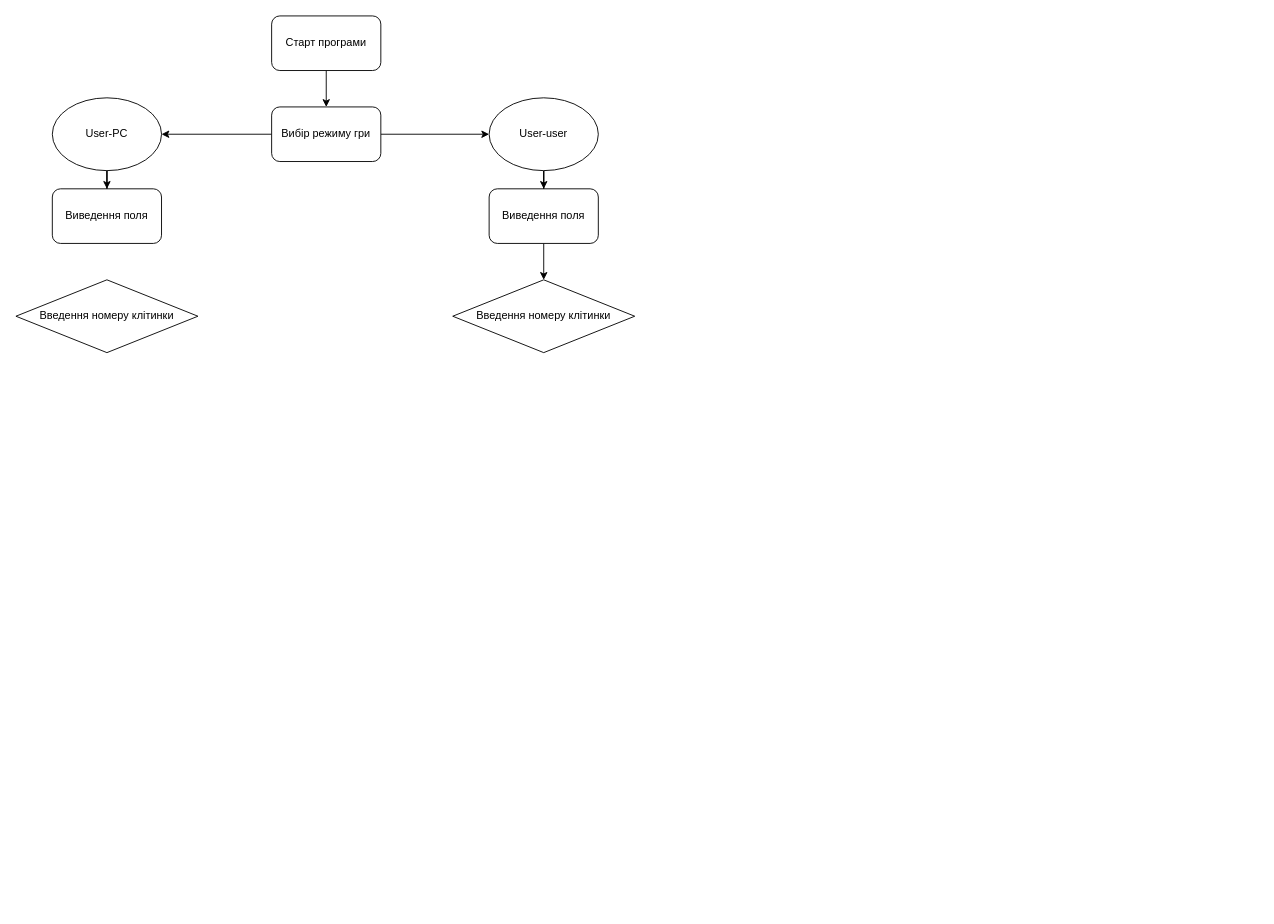
The draw.io diagram Діаграма без назви.drawio in SombreEm/alpha, before the edit. Source tidied: cells renumbered, new cells numbered last; positions are measured from the earlier drawing's top-left corner, leaving out a move shared by most shapes. Both pictures are drawn from the tidied source at 91%, with x=0, y=0 at pixel (15, 15).
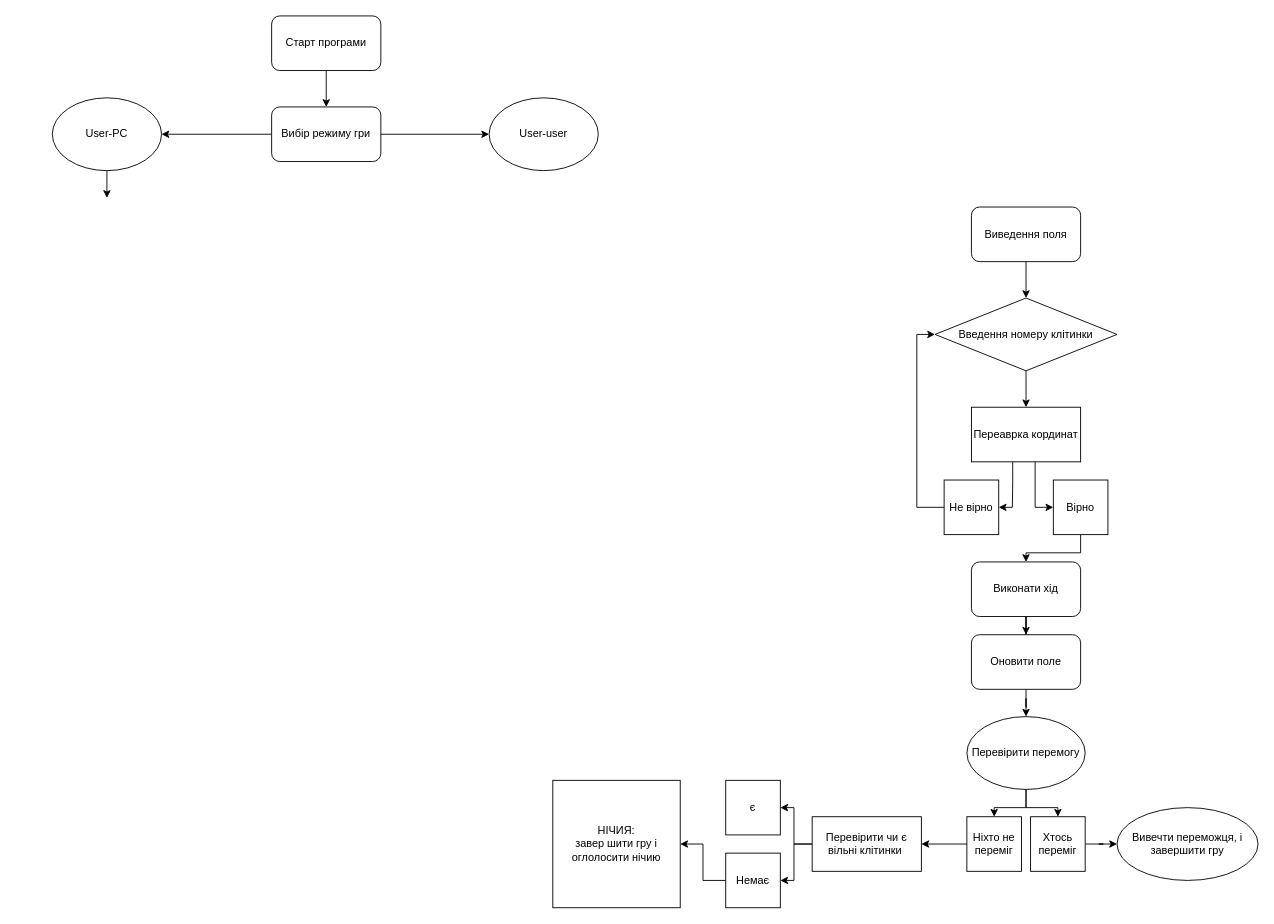
The same page after the edit.

Unchanged cells that the change refers to:
```xml
<mxCell id="11" value="User-PC&lt;span id=&quot;docs-internal-guid-ddc45cb4-7fff-b80d-b5cc-657cc404f076&quot;&gt;&lt;/span&gt;&lt;span id=&quot;docs-internal-guid-ddc45cb4-7fff-b80d-b5cc-657cc404f076&quot;&gt;&lt;/span&gt;" style="ellipse;whiteSpace=wrap;html=1;" parent="1" vertex="1">
  <mxGeometry x="40" y="90" width="120" height="80" as="geometry" />
</mxCell>
<mxCell id="13" value="User-user&lt;span id=&quot;docs-internal-guid-ddc45cb4-7fff-b80d-b5cc-657cc404f076&quot;&gt;&lt;/span&gt;" style="ellipse;whiteSpace=wrap;html=1;" parent="1" vertex="1">
  <mxGeometry x="520" y="90" width="120" height="80" as="geometry" />
</mxCell>
```

What changed in the source:
```diff
@@
-    <mxCell id="4" style="edgeStyle=orthogonalEdgeStyle;rounded=0;jettySize=auto;html=1;entryX=0.5;entryY=0;entryDx=0;entryDy=0;" parent="1" edge="1" source="5" target="14">
-      <mxGeometry relative="1" as="geometry" />
+    <mxCell id="4" style="edgeStyle=orthogonalEdgeStyle;rounded=0;jettySize=auto;html=1;entryX=0.5;entryY=0;entryDx=0;entryDy=0;" parent="1" edge="1" source="5">
+      <mxGeometry relative="1" as="geometry">
+        <mxPoint x="1110" y="310" as="targetPoint" />
+      </mxGeometry>
     </mxCell>
     <mxCell id="5" value="Виведення поля" style="rounded=1;whiteSpace=wrap;html=1;" parent="1" vertex="1">
-      <mxGeometry x="520" y="190" width="120" height="60" as="geometry" />
+      <mxGeometry x="1050" y="210" width="120" height="60" as="geometry" />
     </mxCell>
@@
-    <mxCell id="9" value="Виведення поля" style="rounded=1;whiteSpace=wrap;html=1;" parent="1" vertex="1">
-      <mxGeometry x="40" y="190" width="120" height="60" as="geometry" />
-    </mxCell>
-    <mxCell id="10" style="edgeStyle=orthogonalEdgeStyle;rounded=0;jettySize=auto;html=1;" parent="1" edge="1" source="11" target="9">
-      <mxGeometry relative="1" as="geometry" />
+    <mxCell id="10" style="edgeStyle=orthogonalEdgeStyle;rounded=0;jettySize=auto;html=1;" parent="1" edge="1" source="11">
+      <mxGeometry relative="1" as="geometry">
+        <mxPoint x="100" y="200" as="targetPoint" />
+      </mxGeometry>
     </mxCell>
@@
-    <mxCell id="12" style="edgeStyle=orthogonalEdgeStyle;rounded=0;jettySize=auto;html=1;" parent="1" edge="1" source="13" target="5">
-      <mxGeometry relative="1" as="geometry" />
-    </mxCell>
@@
-    <mxCell id="14" value="Введення номеру клітинки" style="rhombus;whiteSpace=wrap;html=1;" parent="1" vertex="1">
-      <mxGeometry x="480" y="290" width="200" height="80" as="geometry" />
-    </mxCell>
-    <mxCell id="15" value="Введення номеру клітинки" style="rhombus;whiteSpace=wrap;html=1;" parent="1" vertex="1">
-      <mxGeometry y="290" width="200" height="80" as="geometry" />
-    </mxCell>
+    <mxCell id="16" value="Введення номеру клітинки" style="rhombus;whiteSpace=wrap;html=1;" parent="1" vertex="1">
+      <mxGeometry x="1010" y="310" width="200" height="80" as="geometry" />
+    </mxCell>
+    <mxCell id="17" style="edgeStyle=orthogonalEdgeStyle;rounded=0;jettySize=auto;html=1;" parent="1" edge="1" source="16" target="20">
+      <mxGeometry relative="1" as="geometry" />
+    </mxCell>
+    <mxCell id="18" style="edgeStyle=orthogonalEdgeStyle;rounded=0;jettySize=auto;html=1;entryX=1;entryY=0.5;entryDx=0;entryDy=0;exitX=0.378;exitY=1.004;exitDx=0;exitDy=0;exitPerimeter=0;" parent="1" edge="1" source="20" target="24">
+      <mxGeometry relative="1" as="geometry">
+        <Array as="points">
+          <mxPoint x="1095" y="510" />
+          <mxPoint x="1095" y="540" />
+        </Array>
+      </mxGeometry>
+    </mxCell>
+    <mxCell id="19" style="edgeStyle=orthogonalEdgeStyle;rounded=0;jettySize=auto;html=1;entryX=0;entryY=0.5;entryDx=0;entryDy=0;" parent="1" edge="1" source="20" target="22">
+      <mxGeometry relative="1" as="geometry">
+        <Array as="points">
+          <mxPoint x="1120" y="540" />
+        </Array>
+      </mxGeometry>
+    </mxCell>
+    <mxCell id="20" value="Переаврка кординат" style="rounded=0;whiteSpace=wrap;html=1;" parent="1" vertex="1">
+      <mxGeometry x="1050" y="430" width="120" height="60" as="geometry" />
+    </mxCell>
+    <mxCell id="21" style="edgeStyle=orthogonalEdgeStyle;rounded=0;jettySize=auto;html=1;entryX=0.5;entryY=0;entryDx=0;entryDy=0;" parent="1" edge="1" source="22" target="26">
+      <mxGeometry relative="1" as="geometry">
+        <Array as="points">
+          <mxPoint x="1170" y="590" />
+          <mxPoint x="1110" y="590" />
+        </Array>
+      </mxGeometry>
+    </mxCell>
+    <mxCell id="22" value="Вірно" style="rounded=0;whiteSpace=wrap;html=1;" parent="1" vertex="1">
+      <mxGeometry x="1140" y="510" width="60" height="60" as="geometry" />
+    </mxCell>
+    <mxCell id="23" style="edgeStyle=orthogonalEdgeStyle;rounded=0;jettySize=auto;html=1;entryX=0;entryY=0.5;entryDx=0;entryDy=0;" parent="1" edge="1" source="24" target="16">
+      <mxGeometry relative="1" as="geometry">
+        <Array as="points">
+          <mxPoint x="990" y="540" />
+          <mxPoint x="990" y="350" />
+        </Array>
+      </mxGeometry>
+    </mxCell>
+    <mxCell id="24" value="Не вірно" style="rounded=0;whiteSpace=wrap;html=1;" parent="1" vertex="1">
+      <mxGeometry x="1020" y="510" width="60" height="60" as="geometry" />
+    </mxCell>
+    <mxCell id="25" style="edgeStyle=orthogonalEdgeStyle;rounded=0;jettySize=auto;html=1;entryX=0.5;entryY=0;entryDx=0;entryDy=0;" parent="1" edge="1" source="26" target="28">
+      <mxGeometry relative="1" as="geometry" />
+    </mxCell>
+    <mxCell id="26" value="Виконати хід" style="rounded=1;whiteSpace=wrap;html=1;" parent="1" vertex="1">
+      <mxGeometry x="1050" y="600" width="120" height="60" as="geometry" />
+    </mxCell>
+    <mxCell id="27" style="edgeStyle=orthogonalEdgeStyle;rounded=0;jettySize=auto;html=1;" parent="1" edge="1" source="28" target="31">
+      <mxGeometry relative="1" as="geometry" />
+    </mxCell>
+    <mxCell id="28" value="Оновити поле" style="rounded=1;whiteSpace=wrap;html=1;" parent="1" vertex="1">
+      <mxGeometry x="1050" y="680" width="120" height="60" as="geometry" />
+    </mxCell>
+    <mxCell id="29" style="edgeStyle=orthogonalEdgeStyle;rounded=0;jettySize=auto;html=1;" parent="1" edge="1" source="31" target="35">
+      <mxGeometry relative="1" as="geometry" />
+    </mxCell>
+    <mxCell id="30" style="edgeStyle=orthogonalEdgeStyle;rounded=0;jettySize=auto;html=1;entryX=0.5;entryY=0;entryDx=0;entryDy=0;" parent="1" edge="1" source="31" target="33">
+      <mxGeometry relative="1" as="geometry" />
+    </mxCell>
+    <mxCell id="31" value="Перевірити перемогу" style="ellipse;whiteSpace=wrap;html=1;rounded=1;" parent="1" vertex="1">
+      <mxGeometry x="1045" y="770" width="130" height="80" as="geometry" />
+    </mxCell>
+    <mxCell id="32" style="edgeStyle=orthogonalEdgeStyle;rounded=0;jettySize=auto;html=1;" parent="1" edge="1" source="33" target="36">
+      <mxGeometry relative="1" as="geometry" />
+    </mxCell>
+    <mxCell id="33" value="Хтось переміг" style="rounded=0;whiteSpace=wrap;html=1;" parent="1" vertex="1">
+      <mxGeometry x="1115" y="880" width="60" height="60" as="geometry" />
+    </mxCell>
+    <mxCell id="34" style="edgeStyle=orthogonalEdgeStyle;rounded=0;jettySize=auto;html=1;" parent="1" edge="1" source="35" target="39">
+      <mxGeometry relative="1" as="geometry" />
+    </mxCell>
+    <mxCell id="35" value="Ніхто не переміг" style="rounded=0;whiteSpace=wrap;html=1;" parent="1" vertex="1">
+      <mxGeometry x="1045" y="880" width="60" height="60" as="geometry" />
+    </mxCell>
+    <mxCell id="36" value="Вивечти переможця, і завершити гру" style="ellipse;whiteSpace=wrap;html=1;rounded=0;" parent="1" vertex="1">
+      <mxGeometry x="1210" y="870" width="155" height="80" as="geometry" />
+    </mxCell>
+    <mxCell id="37" style="edgeStyle=orthogonalEdgeStyle;rounded=0;jettySize=auto;html=1;" parent="1" edge="1" source="39" target="42">
+      <mxGeometry relative="1" as="geometry" />
+    </mxCell>
+    <mxCell id="38" style="edgeStyle=orthogonalEdgeStyle;rounded=0;jettySize=auto;html=1;entryX=1;entryY=0.5;entryDx=0;entryDy=0;" parent="1" edge="1" source="39" target="40">
+      <mxGeometry relative="1" as="geometry" />
+    </mxCell>
+    <mxCell id="39" value="Перевірити чи є вільні клітинки&amp;nbsp;" style="whiteSpace=wrap;html=1;rounded=0;" parent="1" vertex="1">
+      <mxGeometry x="875" y="880" width="120" height="60" as="geometry" />
+    </mxCell>
+    <mxCell id="40" value="є" style="rounded=0;whiteSpace=wrap;html=1;" parent="1" vertex="1">
+      <mxGeometry x="780" y="840" width="60" height="60" as="geometry" />
+    </mxCell>
+    <mxCell id="41" style="edgeStyle=orthogonalEdgeStyle;rounded=0;jettySize=auto;html=1;" parent="1" edge="1" source="42" target="43">
+      <mxGeometry relative="1" as="geometry" />
+    </mxCell>
+    <mxCell id="42" value="Немає" style="rounded=0;whiteSpace=wrap;html=1;" parent="1" vertex="1">
+      <mxGeometry x="780" y="920" width="60" height="60" as="geometry" />
+    </mxCell>
+    <mxCell id="43" value="НІЧИЯ:&lt;br&gt;завер шити гру і оглолосити нічию" style="whiteSpace=wrap;html=1;" parent="1" vertex="1">
+      <mxGeometry x="590" y="840" width="140" height="140" as="geometry" />
+    </mxCell>
```
